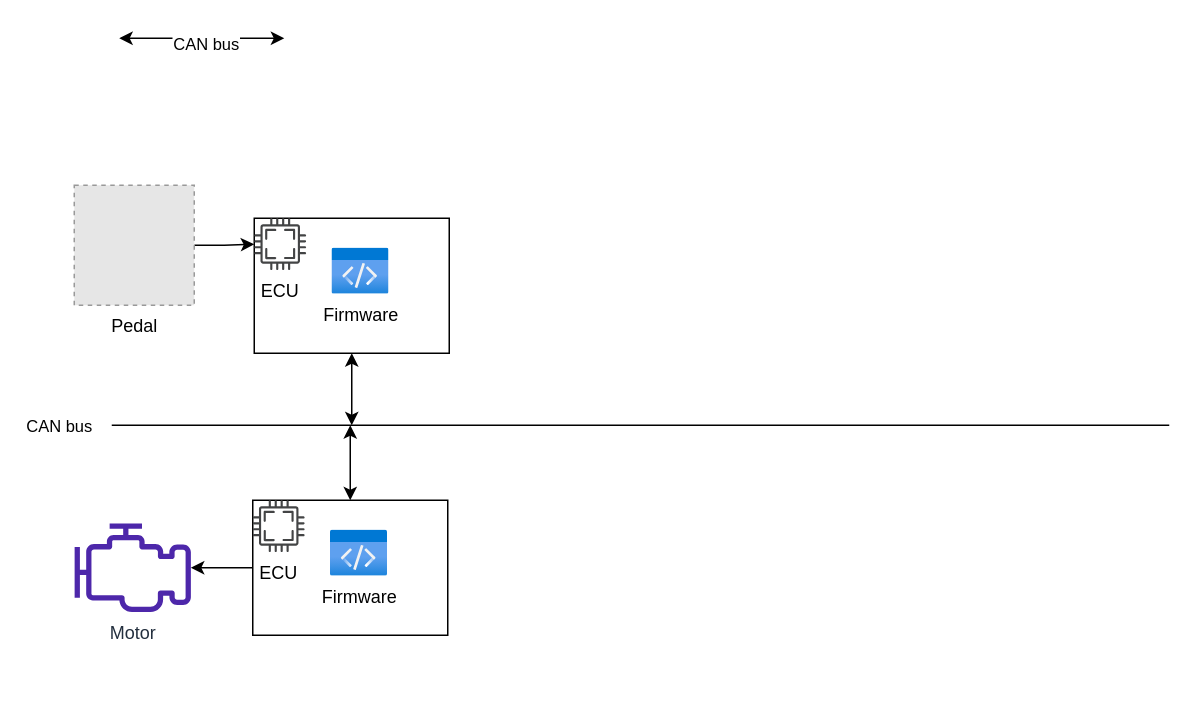
Earlier version of the draw.io diagram page "CAN bus" (1 of 3) of auto steering system design.drawio (Dawei-S/Da). Source tidied: cells renumbered, new cells numbered last; positions are measured from the earlier drawing's top-left corner, leaving out a move shared by most shapes. Both pictures are drawn from the tidied source at 150%, with x=0, y=0 at pixel (74, 38). Pictures stored in the file or linked from it are replaced by grey dashed boxes.
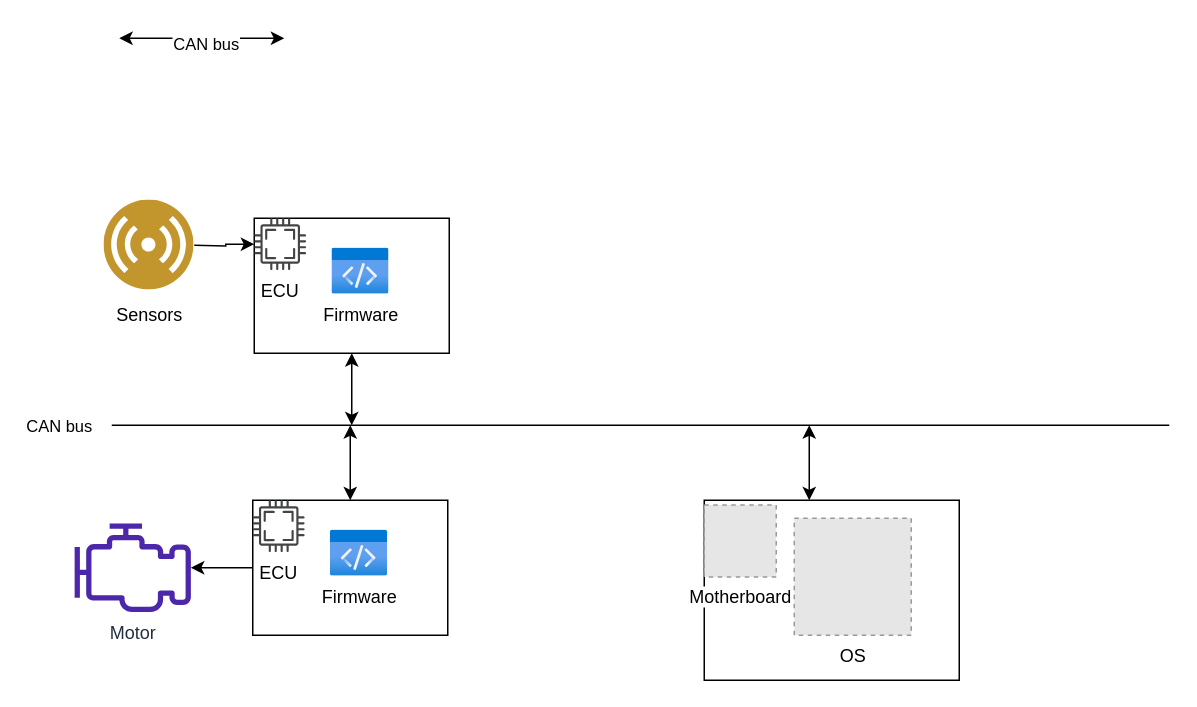
The same page after the edit.

Unchanged cells that the change refers to:
```xml
<mxCell id="7" value="ECU" style="sketch=0;shadow=0;dashed=0;html=1;strokeColor=none;fillColor=#434445;labelPosition=center;verticalLabelPosition=bottom;verticalAlign=top;align=center;outlineConnect=0;shape=mxgraph.vvd.cpu;" parent="5" vertex="1">
  <mxGeometry width="34.6" height="34.6" as="geometry" />
</mxCell>
```

What changed in the source:
```diff
@@
-    <mxCell id="2" style="edgeStyle=orthogonalEdgeStyle;rounded=0;jettySize=auto;html=1;" parent="1" edge="1" source="3" target="7">
-      <mxGeometry relative="1" as="geometry" />
+    <mxCell id="2" style="edgeStyle=orthogonalEdgeStyle;rounded=0;jettySize=auto;html=1;" parent="1" edge="1" target="7">
+      <mxGeometry relative="1" as="geometry">
+        <mxPoint x="80" y="138" as="sourcePoint" />
+      </mxGeometry>
     </mxCell>
-    <mxCell id="3" value="Pedal" style="fillColor=#E6E6E6;strokeColor=#999999;dashed=1;html=1;verticalAlign=top;verticalLabelPosition=bottom;labelBackgroundColor=#ffffff;" parent="1" vertex="1">
-      <mxGeometry y="98" width="80" height="80" as="geometry" />
-    </mxCell>
@@
+    <mxCell id="22" value="&lt;font color=&quot;#000000&quot;&gt;Sensors&lt;/font&gt;" style="perimeter=ellipsePerimeter;html=1;align=center;shadow=0;dashed=0;fontColor=#4277BB;labelBackgroundColor=#ffffff;fontSize=12;spacingTop=3;image;image=img/lib/ibm/users/sensor.svg;" parent="1" vertex="1">
+      <mxGeometry x="20" y="108" width="60" height="60" as="geometry" />
+    </mxCell>
+    <mxCell id="23" style="endArrow=classic;startArrow=classic;html=1;rounded=0;exitX=0.5;exitY=0;exitDx=0;exitDy=0;" parent="1" edge="1">
+      <mxGeometry relative="1" as="geometry">
+        <mxPoint x="490" y="308" as="sourcePoint" />
+        <mxPoint x="490" y="258" as="targetPoint" />
+      </mxGeometry>
+    </mxCell>
+    <mxCell id="24" style="rounded=0;whiteSpace=wrap;html=1;" parent="1" vertex="1">
+      <mxGeometry x="420" y="308" width="170" height="120" as="geometry" />
+    </mxCell>
+    <mxCell id="25" value="Motherboard" style="fillColor=#E6E6E6;strokeColor=#999999;dashed=1;html=1;verticalAlign=top;verticalLabelPosition=bottom;labelBackgroundColor=#ffffff;fontColor=#000000;" parent="1" vertex="1">
+      <mxGeometry x="420" y="311.1" width="48" height="48" as="geometry" />
+    </mxCell>
+    <mxCell id="26" value="OS" style="fillColor=#E6E6E6;strokeColor=#999999;dashed=1;html=1;verticalAlign=top;verticalLabelPosition=bottom;labelBackgroundColor=#ffffff;fontColor=#000000;" parent="1" vertex="1">
+      <mxGeometry x="480" y="320" width="78" height="78" as="geometry" />
+    </mxCell>
```
